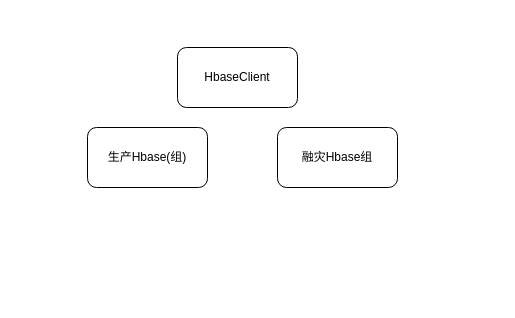
The draw.io diagram hbase-client.drawio in zyhui98/drawio, before the edit. Source tidied: cells renumbered, new cells numbered last; positions are measured from the earlier drawing's top-left corner, leaving out a move shared by most shapes. Both pictures are drawn from the tidied source at 100%, with x=0, y=0 at pixel (87, 47).
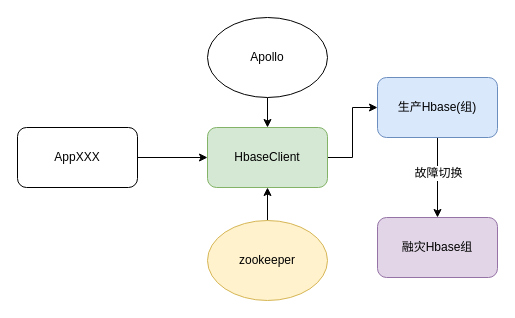
After the change.

Diff of the diagram source:
```diff
@@
 <mxGraphModel>
   <root>
     <mxCell id="0" />
     <mxCell id="1" parent="0" />
+    <mxCell id="5" style="edgeStyle=orthogonalEdgeStyle;rounded=0;jettySize=auto;html=1;" parent="1" edge="1" source="2" target="3">
+      <mxGeometry relative="1" as="geometry" />
+    </mxCell>
+    <mxCell id="6" value="故障切换" style="text;html=1;align=center;verticalAlign=middle;labelBackgroundColor=#ffffff;" parent="5" vertex="1">
+      <mxGeometry x="-0.12" relative="1" as="geometry" />
+    </mxCell>
-    <mxCell id="2" value="生产Hbase(组)" style="rounded=1;whiteSpace=wrap;html=1;" parent="1" vertex="1">
-      <mxGeometry y="80" width="120" height="60" as="geometry" />
+    <mxCell id="2" value="生产Hbase(组)" style="rounded=1;whiteSpace=wrap;html=1;fillColor=#dae8fc;strokeColor=#6c8ebf;" parent="1" vertex="1">
+      <mxGeometry x="290" y="30" width="120" height="60" as="geometry" />
     </mxCell>
-    <mxCell id="3" value="融灾Hbase组" style="rounded=1;whiteSpace=wrap;html=1;" parent="1" vertex="1">
-      <mxGeometry x="190" y="80" width="120" height="60" as="geometry" />
+    <mxCell id="3" value="融灾Hbase组" style="rounded=1;whiteSpace=wrap;html=1;fillColor=#e1d5e7;strokeColor=#9673a6;" parent="1" vertex="1">
+      <mxGeometry x="290" y="170" width="120" height="60" as="geometry" />
     </mxCell>
+    <mxCell id="7" style="edgeStyle=orthogonalEdgeStyle;rounded=0;jettySize=auto;html=1;exitX=1;exitY=0.5;exitDx=0;exitDy=0;" parent="1" edge="1" source="4" target="2">
+      <mxGeometry relative="1" as="geometry" />
+    </mxCell>
-    <mxCell id="4" value="HbaseClient" style="rounded=1;whiteSpace=wrap;html=1;" parent="1" vertex="1">
-      <mxGeometry x="90" width="120" height="60" as="geometry" />
+    <mxCell id="4" value="HbaseClient" style="rounded=1;whiteSpace=wrap;html=1;fillColor=#d5e8d4;strokeColor=#82b366;" parent="1" vertex="1">
+      <mxGeometry x="120" y="80" width="120" height="60" as="geometry" />
     </mxCell>
+    <mxCell id="8" style="edgeStyle=orthogonalEdgeStyle;rounded=0;jettySize=auto;html=1;" parent="1" edge="1" source="9" target="4">
+      <mxGeometry relative="1" as="geometry" />
+    </mxCell>
+    <mxCell id="9" value="AppXXX" style="rounded=1;whiteSpace=wrap;html=1;" parent="1" vertex="1">
+      <mxGeometry x="-70" y="80" width="120" height="60" as="geometry" />
+    </mxCell>
+    <mxCell id="10" style="edgeStyle=orthogonalEdgeStyle;rounded=0;jettySize=auto;html=1;" parent="1" edge="1" source="11" target="4">
+      <mxGeometry relative="1" as="geometry" />
+    </mxCell>
+    <mxCell id="11" value="zookeeper" style="ellipse;whiteSpace=wrap;html=1;fillColor=#fff2cc;strokeColor=#d6b656;" parent="1" vertex="1">
+      <mxGeometry x="120" y="173" width="120" height="80" as="geometry" />
+    </mxCell>
+    <mxCell id="12" style="edgeStyle=orthogonalEdgeStyle;rounded=0;jettySize=auto;html=1;" parent="1" edge="1" source="13" target="4">
+      <mxGeometry relative="1" as="geometry" />
+    </mxCell>
+    <mxCell id="13" value="Apollo" style="ellipse;whiteSpace=wrap;html=1;" parent="1" vertex="1">
+      <mxGeometry x="120" y="-30" width="120" height="80" as="geometry" />
+    </mxCell>
   </root>
 </mxGraphModel>
```
